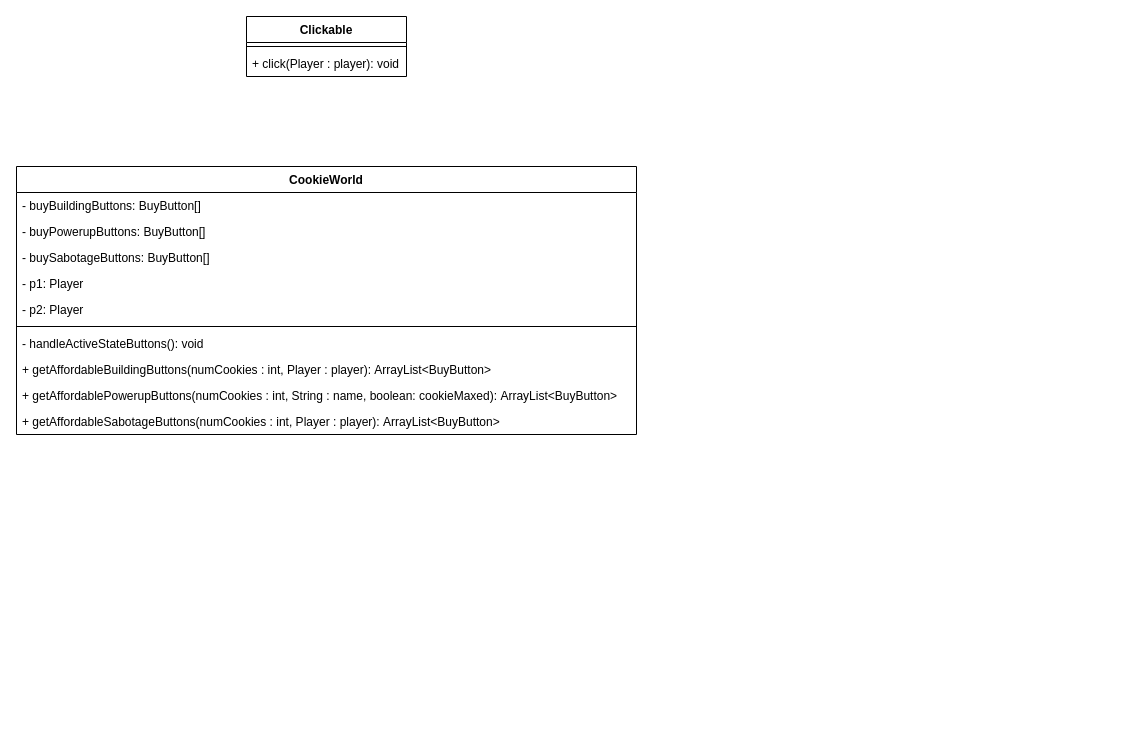
Above: Final Diagram.drawio in EdZ543/Cookie-Clicker-Simulation (draw.io), before the change. Source tidied: cells renumbered, new cells numbered last; positions are measured from the earlier drawing's top-left corner, leaving out a move shared by most shapes. Both pictures are drawn from the tidied source at 100%, with x=0, y=0 at pixel (16, 16).
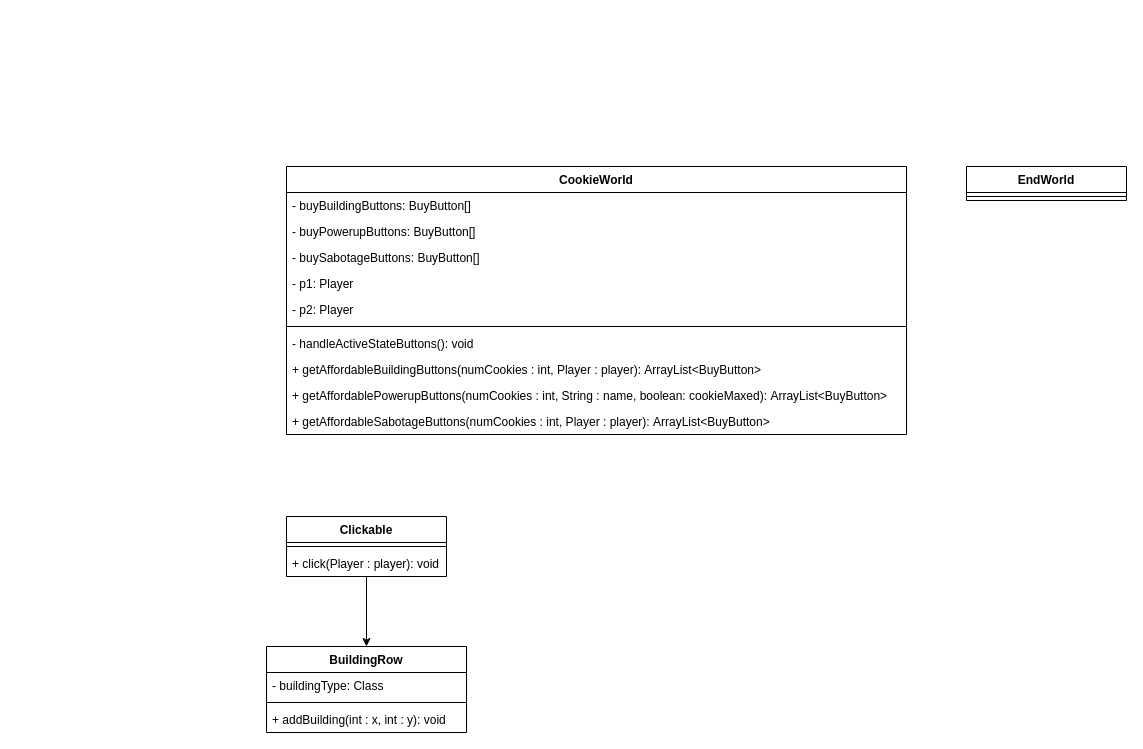
Above is the later version.

What changed in the source:
```diff
@@
+    <mxCell id="16" style="edgeStyle=orthogonalEdgeStyle;rounded=0;jettySize=auto;html=1;entryX=0.5;entryY=0;entryDx=0;entryDy=0;" parent="1" edge="1" source="2" target="19">
+      <mxGeometry relative="1" as="geometry" />
+    </mxCell>
     <mxCell id="2" value="Clickable" style="swimlane;fontStyle=1;align=center;verticalAlign=top;horizontal=1;startSize=26;" parent="1" vertex="1">
-      <mxGeometry x="230" width="160" height="60" as="geometry" />
+      <mxGeometry x="270" y="500" width="160" height="60" as="geometry" />
     </mxCell>
@@
     <mxCell id="5" value="CookieWorld" style="swimlane;fontStyle=1;align=center;verticalAlign=top;horizontal=1;startSize=26;" parent="1" vertex="1">
-      <mxGeometry y="150" width="620" height="268" as="geometry" />
+      <mxGeometry x="270" y="150" width="620" height="268" as="geometry" />
     </mxCell>
@@
+    <mxCell id="17" value="EndWorld" style="swimlane;fontStyle=1;align=center;verticalAlign=top;horizontal=1;startSize=26;" parent="1" vertex="1">
+      <mxGeometry x="950" y="150" width="160" height="34" as="geometry" />
+    </mxCell>
+    <mxCell id="18" style="line;strokeWidth=1;fillColor=none;align=left;verticalAlign=middle;spacingTop=-1;spacingLeft=3;spacingRight=3;labelPosition=right;strokeColor=inherit;" parent="17" vertex="1">
+      <mxGeometry y="26" width="160" height="8" as="geometry" />
+    </mxCell>
+    <mxCell id="19" value="BuildingRow" style="swimlane;fontStyle=1;align=center;verticalAlign=top;horizontal=1;startSize=26;" parent="1" vertex="1">
+      <mxGeometry x="250" y="630" width="200" height="86" as="geometry" />
+    </mxCell>
+    <mxCell id="20" value="- buildingType: Class" style="text;strokeColor=none;fillColor=none;align=left;verticalAlign=top;spacingLeft=4;spacingRight=4;overflow=hidden;" parent="19" vertex="1">
+      <mxGeometry y="26" width="200" height="26" as="geometry" />
+    </mxCell>
+    <mxCell id="21" style="line;strokeWidth=1;fillColor=none;align=left;verticalAlign=middle;spacingTop=-1;spacingLeft=3;spacingRight=3;labelPosition=right;strokeColor=inherit;" parent="19" vertex="1">
+      <mxGeometry y="52" width="200" height="8" as="geometry" />
+    </mxCell>
+    <mxCell id="22" value="+ addBuilding(int : x, int : y): void" style="text;strokeColor=none;fillColor=none;align=left;verticalAlign=top;spacingLeft=4;spacingRight=4;overflow=hidden;" parent="19" vertex="1">
+      <mxGeometry y="60" width="200" height="26" as="geometry" />
+    </mxCell>
```
